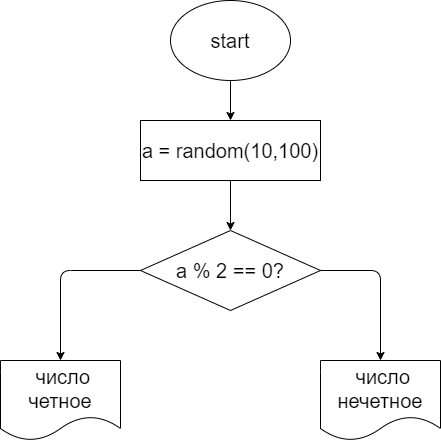
Earlier version of the draw.io export Homework_1_Sem/Task3/Task3_diagram.drawio.png (Another2001/-). Source tidied: cells renumbered, new cells last; positions are measured from the earlier drawing's top-left corner, leaving out a move shared by most shapes. Its diagram source:
```xml
<mxGraphModel>
  <root>
    <mxCell id="0" />
    <mxCell id="1" parent="0" />
    <mxCell id="2" style="edgeStyle=none;html=1;fontSize=20;" parent="1" edge="1" source="3" target="5">
      <mxGeometry relative="1" as="geometry" />
    </mxCell>
    <mxCell id="3" value="start" style="ellipse;whiteSpace=wrap;html=1;fontSize=20;" parent="1" vertex="1">
      <mxGeometry x="170" width="120" height="80" as="geometry" />
    </mxCell>
    <mxCell id="4" style="edgeStyle=none;html=1;fontSize=20;" parent="1" edge="1" source="5" target="8">
      <mxGeometry relative="1" as="geometry" />
    </mxCell>
    <mxCell id="5" value="a = random(10,100)" style="whiteSpace=wrap;html=1;fontSize=20;" parent="1" vertex="1">
      <mxGeometry x="140" y="120" width="180" height="60" as="geometry" />
    </mxCell>
    <mxCell id="6" style="edgeStyle=none;html=1;exitX=0;exitY=0.5;exitDx=0;exitDy=0;fontSize=20;" parent="1" edge="1" source="8">
      <mxGeometry relative="1" as="geometry">
        <mxPoint x="60" y="360" as="targetPoint" />
        <Array as="points">
          <mxPoint x="60" y="270" />
        </Array>
      </mxGeometry>
    </mxCell>
    <mxCell id="7" style="edgeStyle=none;html=1;exitX=1;exitY=0.5;exitDx=0;exitDy=0;fontSize=20;" parent="1" edge="1" source="8">
      <mxGeometry relative="1" as="geometry">
        <mxPoint x="380" y="360" as="targetPoint" />
        <Array as="points">
          <mxPoint x="380" y="270" />
        </Array>
      </mxGeometry>
    </mxCell>
    <mxCell id="8" value="a % 2 == 0?" style="rhombus;whiteSpace=wrap;html=1;fontSize=20;" parent="1" vertex="1">
      <mxGeometry x="140" y="230" width="180" height="80" as="geometry" />
    </mxCell>
    <mxCell id="9" value="&amp;nbsp;число четное" style="shape=document;whiteSpace=wrap;html=1;boundedLbl=1;fontSize=20;" parent="1" vertex="1">
      <mxGeometry y="360" width="120" height="80" as="geometry" />
    </mxCell>
    <mxCell id="10" value="&amp;nbsp;число нечетное" style="shape=document;whiteSpace=wrap;html=1;boundedLbl=1;fontSize=20;" parent="1" vertex="1">
      <mxGeometry x="320" y="360" width="120" height="80" as="geometry" />
    </mxCell>
  </root>
</mxGraphModel>
```
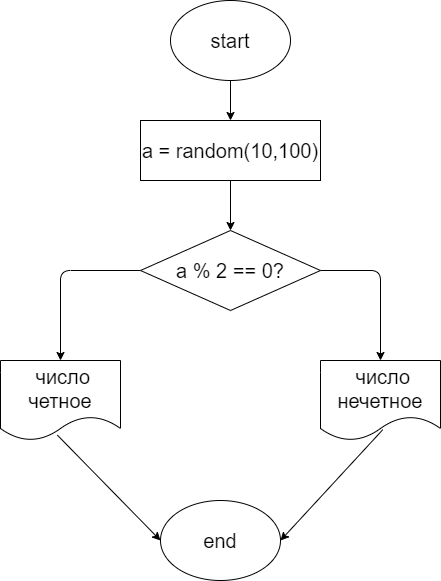
Later version of the same file.

What changed in the source:
```diff
@@ -39,5 +39,18 @@
     <mxCell id="10" value="&amp;nbsp;число нечетное" style="shape=document;whiteSpace=wrap;html=1;boundedLbl=1;fontSize=20;" parent="1" vertex="1">
       <mxGeometry x="320" y="360" width="120" height="80" as="geometry" />
     </mxCell>
+    <mxCell id="11" style="endArrow=classic;html=1;fontSize=20;exitX=0.474;exitY=0.933;exitDx=0;exitDy=0;exitPerimeter=0;" parent="1" edge="1" source="9">
+      <mxGeometry relative="1" as="geometry">
+        <mxPoint x="160" y="540" as="targetPoint" />
+      </mxGeometry>
+    </mxCell>
+    <mxCell id="12" style="endArrow=classic;html=1;fontSize=20;exitX=0.519;exitY=0.865;exitDx=0;exitDy=0;exitPerimeter=0;" parent="1" edge="1" source="10">
+      <mxGeometry relative="1" as="geometry">
+        <mxPoint x="280" y="540" as="targetPoint" />
+      </mxGeometry>
+    </mxCell>
+    <mxCell id="13" value="end" style="ellipse;whiteSpace=wrap;html=1;fontSize=20;" parent="1" vertex="1">
+      <mxGeometry x="160" y="500" width="120" height="80" as="geometry" />
+    </mxCell>
   </root>
 </mxGraphModel>
```
